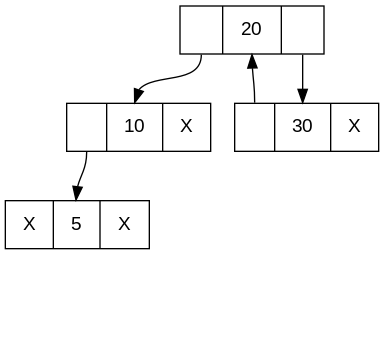
radwanCS/Data-Structure-Visualization-with-Graphviz keeps this Graphviz diagram as diagram.png. Above is the earlier version. Its source is kept beside it as diagram.dot.
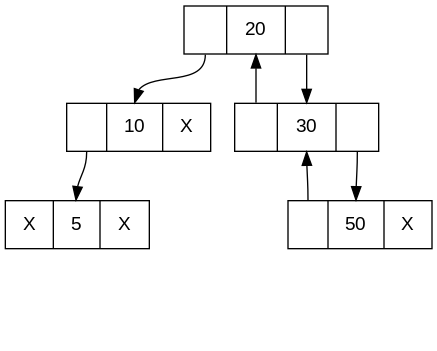
After the commit.

Commit message:
inorder traversal operation for left threaded bst

Diff of the diagram source:
```diff
@@ -2,9 +2,10 @@
 	node [fontname="Arial", shape=record, height=0.5, width=1.5];
 	20 [label="<left> |<data> 20 |<right> "];
 	10 [label="<left> |<data> 10 |<right> X"];
-	30 [label="<left> |<data> 30 |<right> X"];
+	30 [label="<left> |<data> 30 |<right> "];
 	5 [label="<left> X|<data> 5 |<right> X"];
 	20 [label="<left> |<data> 20 |<right> "];
+	50 [label="<left> |<data> 50 |<right> X"];
 	20:left -> 10:data;
 	20:right -> 30:data;
 	10:left -> 5:data;
@@ -15,6 +16,8 @@
 	NULL3 [shape=point style=invis];
 	5:right -> NULL3 [style=invis];
 	30:left -> 20:data;
+	30:right -> 50:data;
+	50:left -> 30:data;
 	NULL4 [shape=point style=invis];
-	30:right -> NULL4 [style=invis];
+	50:right -> NULL4 [style=invis];
 }
```
